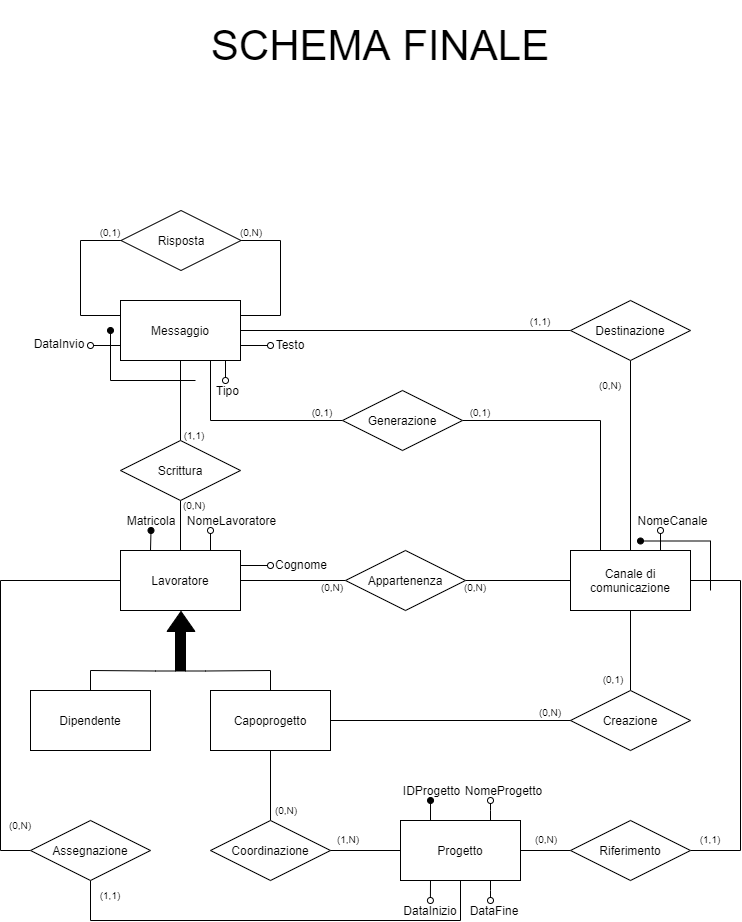
Above: Relazione/Schema ER/schema-finale.png in martafra/BD-Chat-Multicanale (draw.io), before the change. Source tidied: cells renumbered, new cells last; positions are measured from the earlier drawing's top-left corner, leaving out a move shared by most shapes.
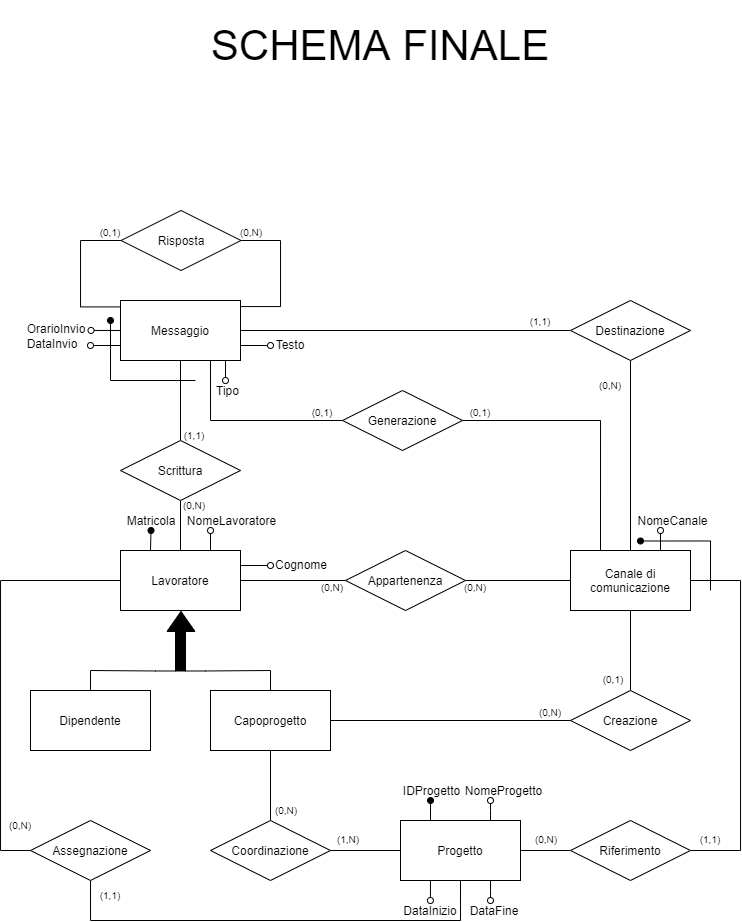
Later version of the same file.

What changed in the source:
```diff
@@ -25,10 +25,10 @@
     <mxCell id="8" style="edgeStyle=orthogonalEdgeStyle;rounded=0;jettySize=auto;html=1;exitX=0.5;exitY=1;exitDx=0;exitDy=0;entryX=0.5;entryY=0;entryDx=0;entryDy=0;endArrow=none;endFill=0;" parent="1" edge="1" source="13" target="15">
       <mxGeometry relative="1" as="geometry" />
     </mxCell>
-    <mxCell id="9" style="edgeStyle=orthogonalEdgeStyle;rounded=0;jettySize=auto;html=1;exitX=0;exitY=0.25;exitDx=0;exitDy=0;entryX=0;entryY=0.5;entryDx=0;entryDy=0;endArrow=none;endFill=0;" parent="1" edge="1" source="13" target="22">
+    <mxCell id="9" style="edgeStyle=orthogonalEdgeStyle;rounded=0;jettySize=auto;html=1;exitX=-0.002;exitY=0.107;exitDx=0;exitDy=0;entryX=0;entryY=0.5;entryDx=0;entryDy=0;endArrow=none;endFill=0;exitPerimeter=0;" parent="1" edge="1" source="13" target="22">
       <mxGeometry relative="1" as="geometry">
         <Array as="points">
-          <mxPoint x="80" y="315" />
+          <mxPoint x="80" y="306" />
           <mxPoint x="80" y="240" />
         </Array>
       </mxGeometry>
@@ -70,11 +70,11 @@
     <mxCell id="20" value="Destinazione" style="shape=rhombus;perimeter=rhombusPerimeter;whiteSpace=wrap;html=1;align=center;" parent="1" vertex="1">
       <mxGeometry x="570" y="300" width="120" height="60" as="geometry" />
     </mxCell>
-    <mxCell id="21" style="edgeStyle=orthogonalEdgeStyle;rounded=0;jettySize=auto;html=1;exitX=1;exitY=0.5;exitDx=0;exitDy=0;entryX=1;entryY=0.25;entryDx=0;entryDy=0;endArrow=none;endFill=0;" parent="1" edge="1" source="22" target="13">
+    <mxCell id="21" style="edgeStyle=orthogonalEdgeStyle;rounded=0;jettySize=auto;html=1;exitX=1;exitY=0.5;exitDx=0;exitDy=0;entryX=0.999;entryY=0.101;entryDx=0;entryDy=0;endArrow=none;endFill=0;entryPerimeter=0;" parent="1" edge="1" source="22" target="13">
       <mxGeometry relative="1" as="geometry">
         <Array as="points">
           <mxPoint x="280" y="240" />
-          <mxPoint x="280" y="315" />
+          <mxPoint x="280" y="306" />
         </Array>
       </mxGeometry>
     </mxCell>
@@ -228,14 +228,14 @@
     <mxCell id="56" style="edgeStyle=orthogonalEdgeStyle;rounded=0;orthogonalLoop=1;jettySize=auto;html=1;endArrow=oval;endFill=1;" parent="1" edge="1">
       <mxGeometry relative="1" as="geometry">
         <mxPoint x="195" y="380" as="sourcePoint" />
-        <mxPoint x="110" y="330" as="targetPoint" />
+        <mxPoint x="110" y="320" as="targetPoint" />
         <Array as="points">
           <mxPoint x="110" y="380" />
         </Array>
       </mxGeometry>
     </mxCell>
     <mxCell id="57" value="DataInvio" style="text;html=1;strokeColor=none;fillColor=none;align=center;verticalAlign=middle;whiteSpace=wrap;rounded=0;" parent="1" vertex="1">
-      <mxGeometry x="39" y="333" width="40" height="20" as="geometry" />
+      <mxGeometry x="32" y="333" width="40" height="20" as="geometry" />
     </mxCell>
     <mxCell id="58" value="NomeCanale" style="text;html=1;strokeColor=none;fillColor=none;align=center;verticalAlign=middle;whiteSpace=wrap;rounded=0;" parent="1" vertex="1">
       <mxGeometry x="640" y="510" width="65" height="20" as="geometry" />
@@ -317,5 +317,14 @@
     <mxCell id="81" value="(0,1)" style="text;html=1;strokeColor=none;fillColor=none;align=center;verticalAlign=middle;whiteSpace=wrap;rounded=0;fontSize=10;" parent="1" vertex="1">
       <mxGeometry x="470" y="407" width="20" height="10" as="geometry" />
     </mxCell>
+    <mxCell id="82" style="edgeStyle=orthogonalEdgeStyle;rounded=0;orthogonalLoop=1;jettySize=auto;html=1;exitX=0;exitY=0.75;exitDx=0;exitDy=0;endArrow=oval;endFill=0;" parent="1" edge="1">
+      <mxGeometry relative="1" as="geometry">
+        <mxPoint x="120.5" y="330" as="sourcePoint" />
+        <mxPoint x="90.5" y="330" as="targetPoint" />
+      </mxGeometry>
+    </mxCell>
+    <mxCell id="83" value="OrarioInvio" style="text;html=1;strokeColor=none;fillColor=none;align=center;verticalAlign=middle;whiteSpace=wrap;rounded=0;" parent="1" vertex="1">
+      <mxGeometry x="36" y="318" width="40" height="20" as="geometry" />
+    </mxCell>
   </root>
 </mxGraphModel>
```
